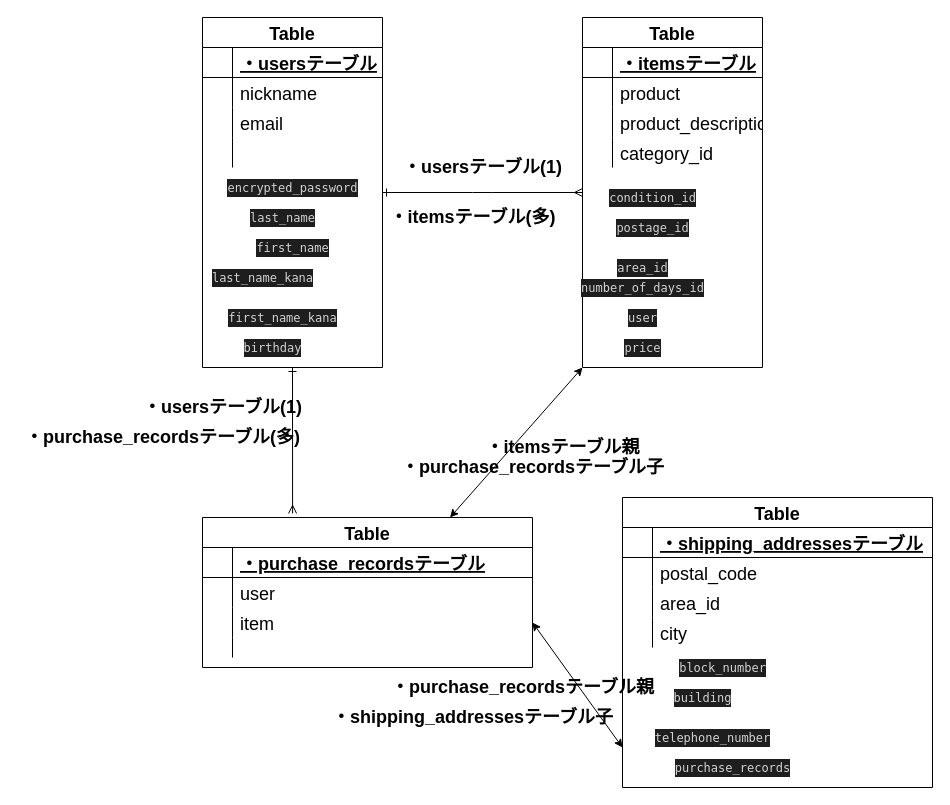
This is furima.dio from eve-2525/furima-37890, a draw.io file, before an edit. Source tidied: cells renumbered, new cells numbered last; positions are measured from the earlier drawing's top-left corner, leaving out a move shared by most shapes. Both pictures are drawn from the tidied source at 100%, with x=0, y=0 at pixel (17, 17).
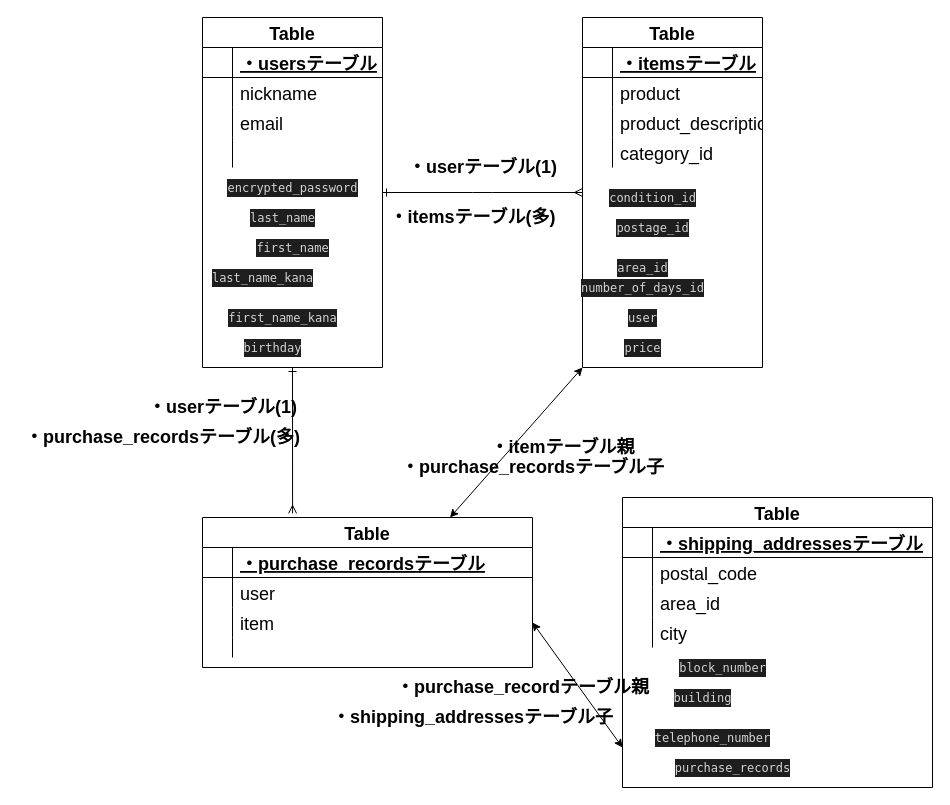
After the change.

Commit message (it also covers changes not shown here):
DB設計の修正

What changed in the source:
```diff
@@
-    <mxCell id="72" value="&lt;span style=&quot;font-weight: 700 ; text-align: left&quot;&gt;・itemsテーブル親&lt;/span&gt;" style="text;html=1;align=center;verticalAlign=middle;strokeColor=none;fillColor=none;fontSize=18;" parent="1" vertex="1">
-      <mxGeometry x="460" y="415" width="170" height="30" as="geometry" />
+    <mxCell id="72" value="&lt;span style=&quot;font-weight: 700 ; text-align: left&quot;&gt;・itemテーブル親&lt;/span&gt;" style="text;html=1;align=center;verticalAlign=middle;strokeColor=none;fillColor=none;fontSize=18;" parent="1" vertex="1">
+      <mxGeometry x="465" y="415" width="160" height="30" as="geometry" />
     </mxCell>
@@
-    <mxCell id="75" value="&lt;span style=&quot;font-weight: 700 ; text-align: left&quot;&gt;・purchase_recordsテーブル親&lt;/span&gt;" style="text;html=1;align=center;verticalAlign=middle;strokeColor=none;fillColor=none;fontSize=18;" parent="1" vertex="1">
-      <mxGeometry x="365" y="655" width="280" height="30" as="geometry" />
+    <mxCell id="75" value="&lt;span style=&quot;font-weight: 700 ; text-align: left&quot;&gt;・purchase_recordテーブル親&lt;/span&gt;" style="text;html=1;align=center;verticalAlign=middle;strokeColor=none;fillColor=none;fontSize=18;" parent="1" vertex="1">
+      <mxGeometry x="370" y="655" width="270" height="30" as="geometry" />
     </mxCell>
@@
-    <mxCell id="77" value="&lt;span style=&quot;font-weight: 700 ; text-align: left&quot;&gt;・usersテーブル(1)&lt;/span&gt;" style="text;html=1;align=center;verticalAlign=middle;strokeColor=none;fillColor=none;fontSize=18;" parent="1" vertex="1">
-      <mxGeometry x="380" y="135" width="170" height="30" as="geometry" />
+    <mxCell id="77" value="&lt;span style=&quot;font-weight: 700 ; text-align: left&quot;&gt;・userテーブル(1)&lt;/span&gt;" style="text;html=1;align=center;verticalAlign=middle;strokeColor=none;fillColor=none;fontSize=18;" parent="1" vertex="1">
+      <mxGeometry x="385" y="135" width="160" height="30" as="geometry" />
     </mxCell>
@@
-    <mxCell id="79" value="&lt;span style=&quot;font-weight: 700 ; text-align: left&quot;&gt;・usersテーブル(1)&lt;/span&gt;" style="text;html=1;align=center;verticalAlign=middle;strokeColor=none;fillColor=none;fontSize=18;" parent="1" vertex="1">
-      <mxGeometry x="120" y="375" width="170" height="30" as="geometry" />
+    <mxCell id="79" value="&lt;span style=&quot;font-weight: 700 ; text-align: left&quot;&gt;・userテーブル(1)&lt;/span&gt;" style="text;html=1;align=center;verticalAlign=middle;strokeColor=none;fillColor=none;fontSize=18;" parent="1" vertex="1">
+      <mxGeometry x="125" y="375" width="160" height="30" as="geometry" />
     </mxCell>
```
